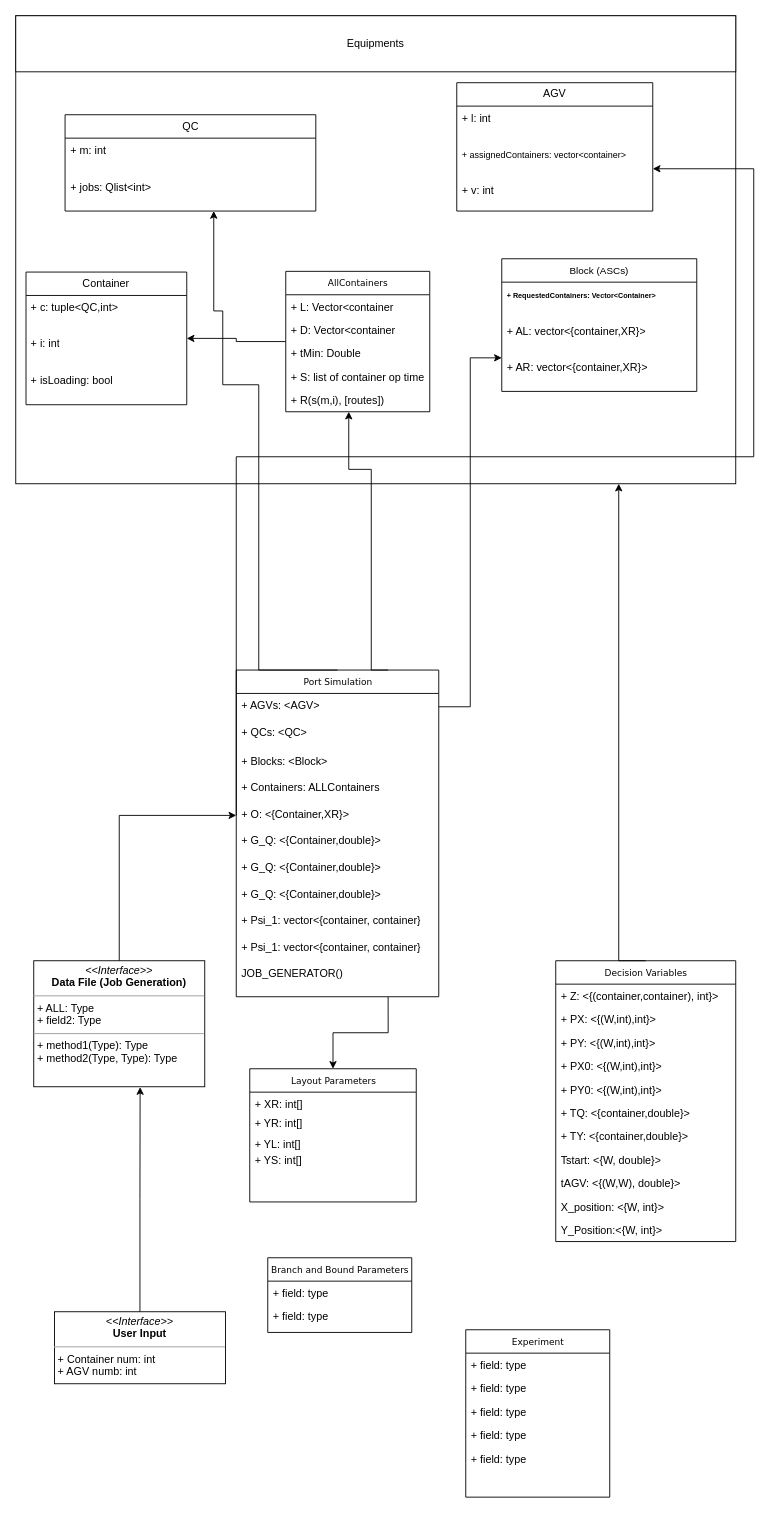
Earlier version of the draw.io diagram AGV-Conflict-Free/BBAPP_UML.drawio (amireza007/AGV-Project). Source tidied: cells renumbered, new cells numbered last; positions are measured from the earlier drawing's top-left corner, leaving out a move shared by most shapes. Both pictures are drawn from the tidied source at 90%, with x=0, y=0 at pixel (15, 15).
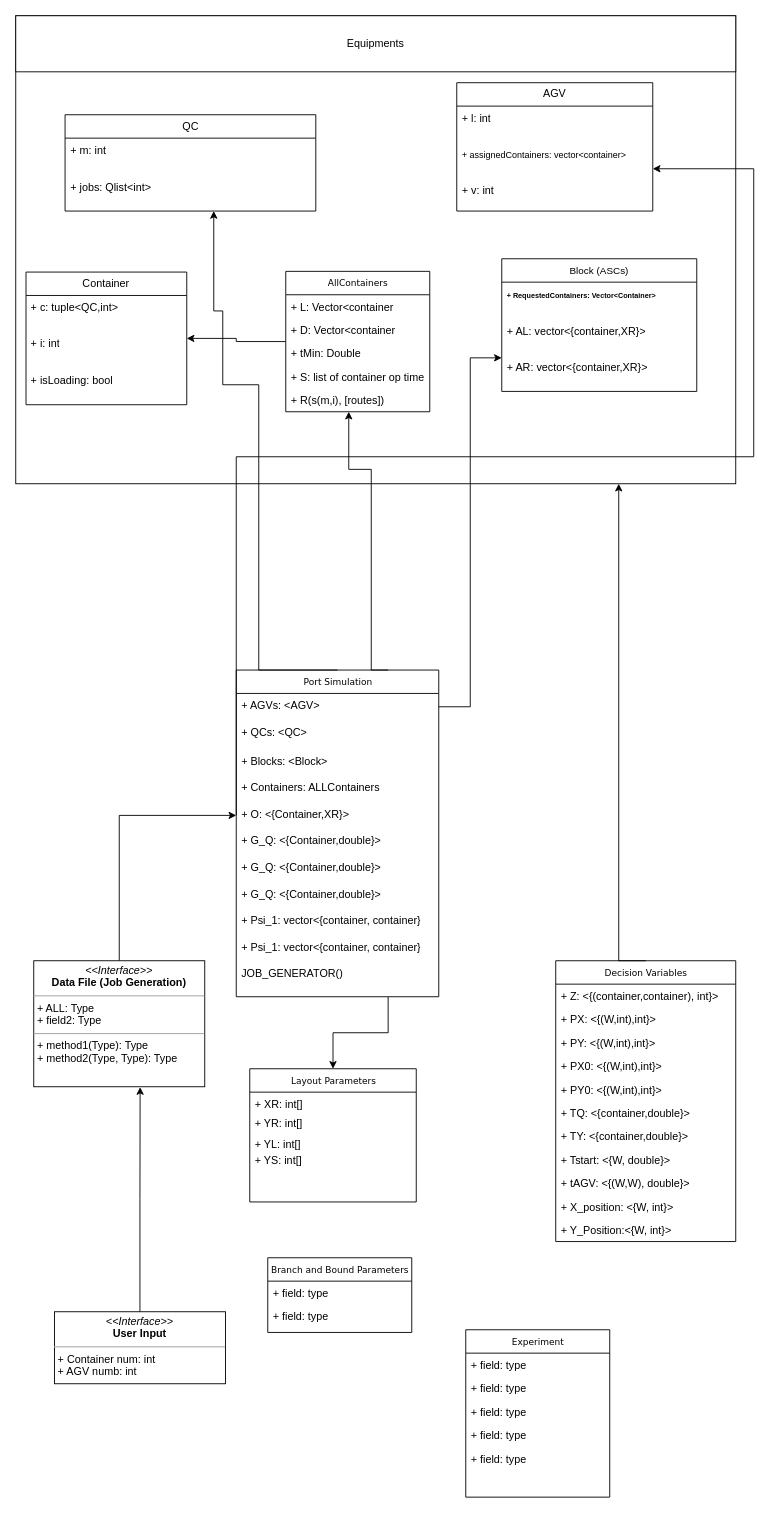
Above is the later version.

Unchanged cells that the change refers to:
```xml
<mxCell id="9" value="Decision Variables" style="swimlane;html=1;fontStyle=0;horizontal=1;startSize=26;fillColor=none;swimlaneFillColor=#ffffff;rounded=0;shadow=0;comic=0;labelBackgroundColor=none;strokeWidth=1;fontFamily=Verdana;fontSize=10;align=center;" parent="1" vertex="1">
  <mxGeometry x="600" y="1050" width="200" height="312" as="geometry" />
</mxCell>
<mxCell id="35" value="Port Simulation" style="swimlane;html=1;fontStyle=0;horizontal=1;startSize=26;fillColor=none;swimlaneFillColor=#ffffff;rounded=0;shadow=0;comic=0;labelBackgroundColor=none;strokeWidth=1;fontFamily=Verdana;fontSize=10;align=center;" parent="1" vertex="1">
  <mxGeometry x="245" y="727" width="225" height="363" as="geometry" />
</mxCell>
```

Diff of the diagram source:
```diff
@@
-    <mxCell id="17" value="Tstart: &amp;lt;{W, double}&amp;gt;" style="text;html=1;strokeColor=none;fillColor=none;align=left;verticalAlign=top;spacingLeft=4;spacingRight=4;whiteSpace=wrap;overflow=hidden;" parent="9" vertex="1">
+    <mxCell id="17" value="+ Tstart: &amp;lt;{W, double}&amp;gt;" style="text;html=1;strokeColor=none;fillColor=none;align=left;verticalAlign=top;spacingLeft=4;spacingRight=4;whiteSpace=wrap;overflow=hidden;" parent="9" vertex="1">
       <mxGeometry y="208" width="200" height="26" as="geometry" />
     </mxCell>
-    <mxCell id="18" value="tAGV: &amp;lt;{(W,W), double}&amp;gt;" style="text;html=1;strokeColor=none;fillColor=none;align=left;verticalAlign=top;spacingLeft=4;spacingRight=4;whiteSpace=wrap;overflow=hidden;" parent="9" vertex="1">
+    <mxCell id="18" value="+ tAGV: &amp;lt;{(W,W), double}&amp;gt;" style="text;html=1;strokeColor=none;fillColor=none;align=left;verticalAlign=top;spacingLeft=4;spacingRight=4;whiteSpace=wrap;overflow=hidden;" parent="9" vertex="1">
       <mxGeometry y="234" width="200" height="26" as="geometry" />
     </mxCell>
-    <mxCell id="19" value="X_position: &amp;lt;{W, int}&amp;gt;" style="text;html=1;strokeColor=none;fillColor=none;align=left;verticalAlign=top;spacingLeft=4;spacingRight=4;whiteSpace=wrap;overflow=hidden;" parent="9" vertex="1">
+    <mxCell id="19" value="+ X_position: &amp;lt;{W, int}&amp;gt;" style="text;html=1;strokeColor=none;fillColor=none;align=left;verticalAlign=top;spacingLeft=4;spacingRight=4;whiteSpace=wrap;overflow=hidden;" parent="9" vertex="1">
       <mxGeometry y="260" width="200" height="26" as="geometry" />
     </mxCell>
-    <mxCell id="20" value="Y_Position:&amp;lt;{W, int}&amp;gt;" style="text;html=1;strokeColor=none;fillColor=none;align=left;verticalAlign=top;spacingLeft=4;spacingRight=4;whiteSpace=wrap;overflow=hidden;" parent="9" vertex="1">
+    <mxCell id="20" value="+ Y_Position:&amp;lt;{W, int}&amp;gt;" style="text;html=1;strokeColor=none;fillColor=none;align=left;verticalAlign=top;spacingLeft=4;spacingRight=4;whiteSpace=wrap;overflow=hidden;" parent="9" vertex="1">
       <mxGeometry y="286" width="200" height="26" as="geometry" />
     </mxCell>
@@
-    <mxCell id="46" value="JOB_GENERATOR()" style="text;html=1;strokeColor=none;fillColor=none;align=left;verticalAlign=top;spacingLeft=4;spacingRight=4;whiteSpace=wrap;overflow=hidden;" parent="35" vertex="1">
+    <mxCell id="46" value="JOB_GENERATOR()" style="text;html=1;strokeColor=none;fillColor=none;align=left;verticalAlign=top;spacingLeft=4;spacingRight=4;whiteSpace=wrap;overflow=hidden;strokeWidth=0;" parent="35" vertex="1">
       <mxGeometry y="324.3" width="225" height="29.6" as="geometry" />
     </mxCell>
```
